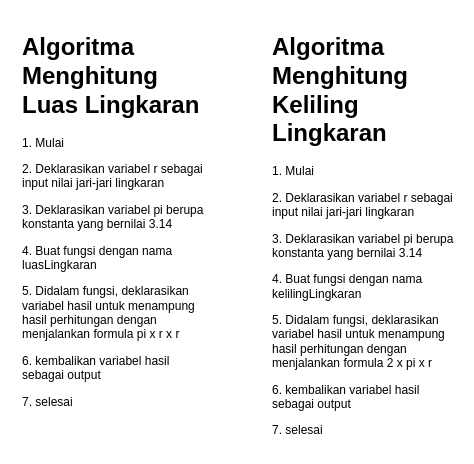
This is tugas 3.drawio from DzulfiqarSiraj/fwg17-computer-science, a draw.io file, before an edit. Source tidied: cells renumbered, new cells numbered last; positions are measured from the earlier drawing's top-left corner, leaving out a move shared by most shapes. Both pictures are drawn from the tidied source at 100%, with x=0, y=0 at pixel (17, 27).
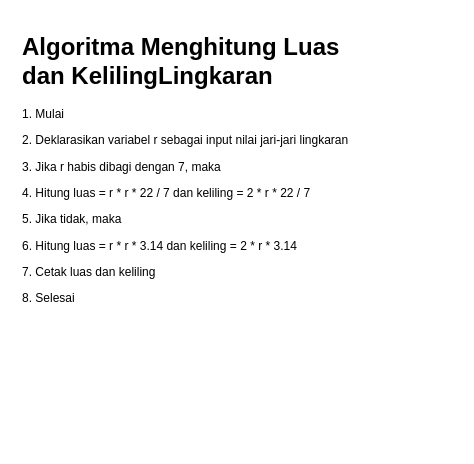
After the change.

Change to the diagram source:
```diff
@@
 <mxGraphModel>
   <root>
     <mxCell id="0" />
     <mxCell id="1" parent="0" />
-    <mxCell id="2" value="&lt;h1&gt;Algoritma Menghitung Luas Lingkaran&lt;/h1&gt;&lt;p&gt;1. Mulai&lt;/p&gt;&lt;p&gt;2. Deklarasikan variabel r sebagai input nilai jari-jari lingkaran&lt;/p&gt;&lt;p&gt;3. Deklarasikan variabel pi berupa konstanta yang bernilai 3.14&lt;/p&gt;&lt;p&gt;4. Buat fungsi dengan nama luasLingkaran&lt;/p&gt;&lt;p&gt;5. Didalam fungsi, deklarasikan variabel hasil untuk menampung hasil perhitungan dengan menjalankan formula pi x r x r&lt;/p&gt;&lt;p&gt;6. kembalikan variabel hasil sebagai output&lt;/p&gt;&lt;p&gt;7. selesai&lt;/p&gt;" style="text;html=1;strokeColor=none;fillColor=none;spacing=5;spacingTop=-20;whiteSpace=wrap;overflow=hidden;rounded=0;" parent="1" vertex="1">
-      <mxGeometry width="190" height="380" as="geometry" />
+    <mxCell id="2" value="&lt;h1&gt;Algoritma Menghitung Luas dan KelilingLingkaran&lt;/h1&gt;&lt;p&gt;1. Mulai&lt;/p&gt;&lt;p&gt;2. Deklarasikan variabel r sebagai input nilai jari-jari lingkaran&lt;/p&gt;&lt;p&gt;3. Jika r habis dibagi dengan 7, maka&lt;/p&gt;&lt;p&gt;4. Hitung luas = r * r * 22 / 7 dan&amp;nbsp;&lt;span style=&quot;background-color: initial;&quot;&gt;keliling = 2 * r * 22 / 7&lt;/span&gt;&lt;/p&gt;&lt;p&gt;&lt;span style=&quot;background-color: initial;&quot;&gt;5. Jika tidak, maka&lt;/span&gt;&lt;/p&gt;&lt;p&gt;&lt;span style=&quot;background-color: initial;&quot;&gt;6. Hitung luas = r * r * 3.14 dan keliling = 2 * r * 3.14&lt;/span&gt;&lt;/p&gt;&lt;p&gt;&lt;span style=&quot;background-color: initial;&quot;&gt;7. Cetak luas dan keliling&lt;/span&gt;&lt;/p&gt;&lt;p&gt;&lt;span style=&quot;background-color: initial;&quot;&gt;8. Selesai&lt;/span&gt;&lt;/p&gt;" style="text;html=1;strokeColor=none;fillColor=none;spacing=5;spacingTop=-20;whiteSpace=wrap;overflow=hidden;rounded=0;" parent="1" vertex="1">
+      <mxGeometry width="350" height="290" as="geometry" />
     </mxCell>
-    <mxCell id="3" value="&lt;h1&gt;Algoritma Menghitung Keliling Lingkaran&lt;/h1&gt;&lt;p&gt;1. Mulai&lt;/p&gt;&lt;p&gt;2. Deklarasikan variabel r sebagai input nilai jari-jari lingkaran&lt;/p&gt;&lt;p&gt;3. Deklarasikan variabel pi berupa konstanta yang bernilai 3.14&lt;/p&gt;&lt;p&gt;4. Buat fungsi dengan nama kelilingLingkaran&lt;/p&gt;&lt;p&gt;5. Didalam fungsi, deklarasikan variabel hasil untuk menampung hasil perhitungan dengan menjalankan formula 2 x pi x r&lt;/p&gt;&lt;p&gt;6. kembalikan variabel hasil sebagai output&lt;/p&gt;&lt;p&gt;7. selesai&lt;/p&gt;" style="text;html=1;strokeColor=none;fillColor=none;spacing=5;spacingTop=-20;whiteSpace=wrap;overflow=hidden;rounded=0;" parent="1" vertex="1">
-      <mxGeometry x="250" width="190" height="420" as="geometry" />
-    </mxCell>
   </root>
 </mxGraphModel>
```
